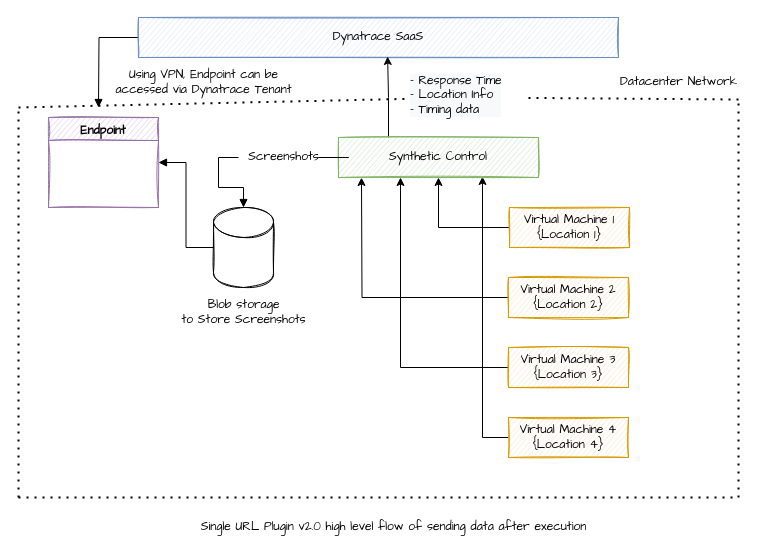
theharithsa/theharithsa keeps this draw.io diagram as page "SUP Flow" (1 of 2) of Untitled Diagram.drawio. Above is the earlier version. Source tidied: cells renumbered, new cells numbered last; positions are measured from the earlier drawing's top-left corner, leaving out a move shared by most shapes. Both pictures are drawn from the tidied source at 100%, with x=0, y=0 at pixel (18, 17).
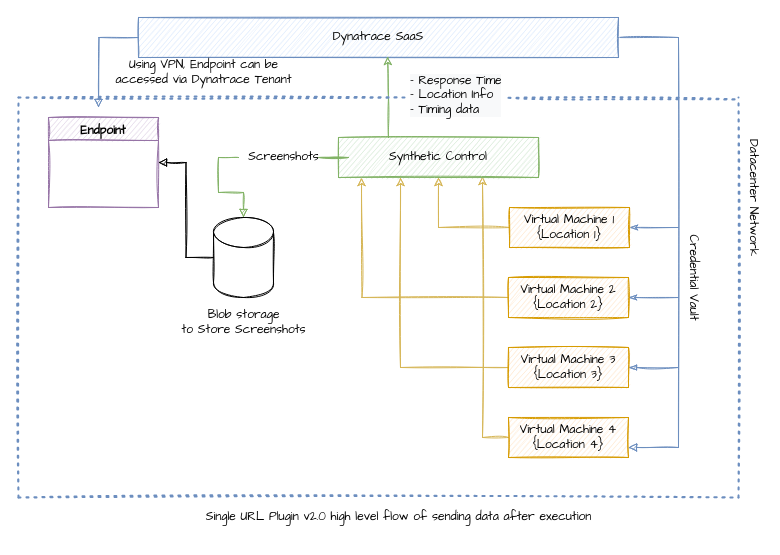
Above is the later version.

Commit message:
Added VM Execution Chart

Diff of the diagram source:
```diff
@@
-    <mxCell id="2" style="edgeStyle=orthogonalEdgeStyle;rounded=0;jettySize=auto;html=1;exitX=0;exitY=0.5;exitDx=0;exitDy=0;entryX=0.72;entryY=0.975;entryDx=0;entryDy=0;entryPerimeter=0;" parent="1" edge="1" source="3" target="14">
+    <mxCell id="2" style="edgeStyle=orthogonalEdgeStyle;rounded=0;jettySize=auto;html=1;exitX=0;exitY=0.5;exitDx=0;exitDy=0;entryX=0.72;entryY=0.975;entryDx=0;entryDy=0;entryPerimeter=0;sketch=1;fillColor=#fff2cc;strokeColor=#d6b656;" parent="1" edge="1" source="3" target="14">
       <mxGeometry relative="1" as="geometry" />
     </mxCell>
-    <mxCell id="3" value="Virtual Machine 4 {Location 4}" style="rounded=0;whiteSpace=wrap;html=1;fillColor=#ffe6cc;strokeColor=#d79b00;sketch=1;fontFamily=Comic Sans MS;" parent="1" vertex="1">
+    <mxCell id="3" value="Virtual Machine 4 {Location 4}" style="rounded=0;whiteSpace=wrap;html=1;fillColor=#ffe6cc;strokeColor=#d79b00;fontFamily=Comic Sans MS;sketch=1;" parent="1" vertex="1">
       <mxGeometry x="490" y="400" width="120" height="40" as="geometry" />
     </mxCell>
-    <mxCell id="4" style="edgeStyle=orthogonalEdgeStyle;rounded=0;jettySize=auto;html=1;fontFamily=Comic Sans MS;startArrow=none;startFill=0;endArrow=block;endFill=1;" parent="1" edge="1" source="5">
+    <mxCell id="4" style="edgeStyle=orthogonalEdgeStyle;rounded=0;jettySize=auto;html=1;fontFamily=Comic Sans MS;startArrow=none;startFill=0;endArrow=block;endFill=1;sketch=1;fillColor=#dae8fc;strokeColor=#6c8ebf;" parent="1" edge="1" source="5">
       <mxGeometry relative="1" as="geometry">
         <mxPoint x="80" y="90" as="targetPoint" />
       </mxGeometry>
     </mxCell>
+    <mxCell id="30" style="edgeStyle=orthogonalEdgeStyle;rounded=0;jettySize=auto;html=1;exitX=1;exitY=0.5;exitDx=0;exitDy=0;fontFamily=Comic Sans MS;fontSize=12;startArrow=none;startFill=0;endArrow=block;endFill=1;sketch=1;fillColor=#dae8fc;strokeColor=#6c8ebf;entryX=1;entryY=0.75;entryDx=0;entryDy=0;" parent="1" edge="1" source="5" target="3">
+      <mxGeometry relative="1" as="geometry">
+        <Array as="points">
+          <mxPoint x="660" y="20" />
+          <mxPoint x="660" y="430" />
+        </Array>
+      </mxGeometry>
+    </mxCell>
-    <mxCell id="5" value="Dynatrace SaaS" style="rounded=0;whiteSpace=wrap;html=1;fillColor=#dae8fc;strokeColor=#6c8ebf;sketch=1;labelBackgroundColor=none;fontFamily=Comic Sans MS;" parent="1" vertex="1">
+    <mxCell id="5" value="Dynatrace SaaS" style="rounded=0;whiteSpace=wrap;html=1;fillColor=#dae8fc;strokeColor=#6c8ebf;labelBackgroundColor=none;fontFamily=Comic Sans MS;sketch=1;" parent="1" vertex="1">
       <mxGeometry x="120" width="480" height="40" as="geometry" />
     </mxCell>
-    <mxCell id="6" style="edgeStyle=orthogonalEdgeStyle;rounded=0;jettySize=auto;html=1;exitX=0;exitY=0.5;exitDx=0;exitDy=0;entryX=0.31;entryY=1;entryDx=0;entryDy=0;entryPerimeter=0;startArrow=none;startFill=0;endArrow=classic;endFill=1;" parent="1" edge="1" source="7" target="14">
+    <mxCell id="6" style="edgeStyle=orthogonalEdgeStyle;rounded=0;jettySize=auto;html=1;exitX=0;exitY=0.5;exitDx=0;exitDy=0;entryX=0.31;entryY=1;entryDx=0;entryDy=0;entryPerimeter=0;startArrow=none;startFill=0;endArrow=classic;endFill=1;sketch=1;fillColor=#fff2cc;strokeColor=#d6b656;" parent="1" edge="1" source="7" target="14">
       <mxGeometry relative="1" as="geometry" />
     </mxCell>
+    <mxCell id="31" style="edgeStyle=none;rounded=0;sketch=1;jettySize=auto;html=1;exitX=1;exitY=0.5;exitDx=0;exitDy=0;fontFamily=Comic Sans MS;fontSize=12;startArrow=blockThin;startFill=1;endArrow=none;endFill=0;fillColor=#dae8fc;strokeColor=#6c8ebf;" parent="1" edge="1" source="7">
+      <mxGeometry relative="1" as="geometry">
+        <mxPoint x="660" y="350" as="targetPoint" />
+      </mxGeometry>
+    </mxCell>
-    <mxCell id="7" value="&lt;span&gt;Virtual Machine 3 {Location 3}&lt;/span&gt;" style="rounded=0;whiteSpace=wrap;html=1;fillColor=#ffe6cc;strokeColor=#d79b00;sketch=1;fontFamily=Comic Sans MS;" parent="1" vertex="1">
+    <mxCell id="7" value="&lt;span&gt;Virtual Machine 3 {Location 3}&lt;/span&gt;" style="rounded=0;whiteSpace=wrap;html=1;fillColor=#ffe6cc;strokeColor=#d79b00;fontFamily=Comic Sans MS;sketch=1;" parent="1" vertex="1">
       <mxGeometry x="490" y="330" width="120" height="40" as="geometry" />
     </mxCell>
-    <mxCell id="8" style="edgeStyle=orthogonalEdgeStyle;rounded=0;jettySize=auto;html=1;exitX=0;exitY=0.5;exitDx=0;exitDy=0;" parent="1" edge="1" source="9">
+    <mxCell id="8" style="edgeStyle=orthogonalEdgeStyle;rounded=0;jettySize=auto;html=1;exitX=0;exitY=0.5;exitDx=0;exitDy=0;sketch=1;fillColor=#fff2cc;strokeColor=#d6b656;" parent="1" edge="1" source="9">
       <mxGeometry relative="1" as="geometry">
         <mxPoint x="343" y="160" as="targetPoint" />
       </mxGeometry>
     </mxCell>
+    <mxCell id="32" style="edgeStyle=none;rounded=0;sketch=1;jettySize=auto;html=1;exitX=1;exitY=0.5;exitDx=0;exitDy=0;fontFamily=Comic Sans MS;fontSize=12;startArrow=classicThin;startFill=1;endArrow=none;endFill=0;fillColor=#dae8fc;strokeColor=#6c8ebf;" parent="1" edge="1" source="9">
+      <mxGeometry relative="1" as="geometry">
+        <mxPoint x="660" y="280" as="targetPoint" />
+      </mxGeometry>
+    </mxCell>
-    <mxCell id="9" value="&lt;span style=&quot;color: rgb(0, 0, 0); font-size: 12px; font-style: normal; font-weight: 400; letter-spacing: normal; text-align: center; text-indent: 0px; text-transform: none; word-spacing: 0px; display: inline; float: none;&quot;&gt;Virtual Machine 2 {Location 2}&lt;/span&gt;" style="rounded=0;whiteSpace=wrap;html=1;fillColor=#ffe6cc;strokeColor=#d79b00;labelBackgroundColor=none;sketch=1;fontFamily=Comic Sans MS;" parent="1" vertex="1">
+    <mxCell id="9" value="&lt;span style=&quot;color: rgb(0, 0, 0); font-size: 12px; font-style: normal; font-weight: 400; letter-spacing: normal; text-align: center; text-indent: 0px; text-transform: none; word-spacing: 0px; display: inline; float: none;&quot;&gt;Virtual Machine 2 {Location 2}&lt;/span&gt;" style="rounded=0;whiteSpace=wrap;html=1;fillColor=#ffe6cc;strokeColor=#d79b00;labelBackgroundColor=none;fontFamily=Comic Sans MS;sketch=1;" parent="1" vertex="1">
       <mxGeometry x="490" y="260" width="120" height="40" as="geometry" />
     </mxCell>
-    <mxCell id="10" style="edgeStyle=orthogonalEdgeStyle;rounded=0;jettySize=auto;html=1;exitX=0;exitY=0.5;exitDx=0;exitDy=0;entryX=0.5;entryY=1;entryDx=0;entryDy=0;" parent="1" edge="1" source="11" target="14">
+    <mxCell id="10" style="edgeStyle=orthogonalEdgeStyle;rounded=0;jettySize=auto;html=1;exitX=0;exitY=0.5;exitDx=0;exitDy=0;entryX=0.5;entryY=1;entryDx=0;entryDy=0;sketch=1;fillColor=#fff2cc;strokeColor=#d6b656;" parent="1" edge="1" source="11" target="14">
       <mxGeometry relative="1" as="geometry" />
     </mxCell>
+    <mxCell id="33" style="edgeStyle=none;rounded=0;sketch=1;jettySize=auto;html=1;exitX=1;exitY=0.5;exitDx=0;exitDy=0;fontFamily=Comic Sans MS;fontSize=12;startArrow=classicThin;startFill=1;endArrow=none;endFill=0;fillColor=#dae8fc;strokeColor=#6c8ebf;" parent="1" edge="1" source="11">
+      <mxGeometry relative="1" as="geometry">
+        <mxPoint x="660" y="210" as="targetPoint" />
+      </mxGeometry>
+    </mxCell>
-    <mxCell id="11" value="&lt;span style=&quot;color: rgb(0, 0, 0); font-size: 12px; font-style: normal; font-weight: 400; letter-spacing: normal; text-align: center; text-indent: 0px; text-transform: none; word-spacing: 0px; display: inline; float: none;&quot;&gt;Virtual Machine 1 {Location 1}&lt;/span&gt;" style="rounded=0;whiteSpace=wrap;html=1;fillColor=#ffe6cc;strokeColor=#d79b00;labelBackgroundColor=none;sketch=1;fontFamily=Comic Sans MS;" parent="1" vertex="1">
+    <mxCell id="11" value="&lt;span style=&quot;color: rgb(0, 0, 0); font-size: 12px; font-style: normal; font-weight: 400; letter-spacing: normal; text-align: center; text-indent: 0px; text-transform: none; word-spacing: 0px; display: inline; float: none;&quot;&gt;Virtual Machine 1 {Location 1}&lt;/span&gt;" style="rounded=0;whiteSpace=wrap;html=1;fillColor=#ffe6cc;strokeColor=#d79b00;labelBackgroundColor=none;fontFamily=Comic Sans MS;sketch=1;" parent="1" vertex="1">
       <mxGeometry x="491" y="190" width="120" height="40" as="geometry" />
     </mxCell>
-    <mxCell id="12" style="edgeStyle=orthogonalEdgeStyle;rounded=0;jettySize=auto;html=1;exitX=0.25;exitY=0;exitDx=0;exitDy=0;entryX=0.519;entryY=0.975;entryDx=0;entryDy=0;entryPerimeter=0;startArrow=none;startFill=0;endArrow=classic;endFill=1;" parent="1" edge="1" source="14" target="5">
+    <mxCell id="12" style="edgeStyle=orthogonalEdgeStyle;rounded=0;jettySize=auto;html=1;exitX=0.25;exitY=0;exitDx=0;exitDy=0;entryX=0.519;entryY=0.975;entryDx=0;entryDy=0;entryPerimeter=0;startArrow=none;startFill=0;endArrow=classic;endFill=1;sketch=1;fillColor=#d5e8d4;strokeColor=#82b366;" parent="1" edge="1" source="14" target="5">
       <mxGeometry relative="1" as="geometry" />
     </mxCell>
-    <mxCell id="13" style="edgeStyle=orthogonalEdgeStyle;rounded=0;jettySize=auto;html=1;exitX=0;exitY=0.5;exitDx=0;exitDy=0;fontFamily=Comic Sans MS;startArrow=none;startFill=0;endArrow=block;endFill=1;" parent="1" edge="1" source="24" target="22">
+    <mxCell id="13" style="edgeStyle=orthogonalEdgeStyle;rounded=0;jettySize=auto;html=1;exitX=0;exitY=0.5;exitDx=0;exitDy=0;fontFamily=Comic Sans MS;startArrow=none;startFill=0;endArrow=block;endFill=1;sketch=1;fillColor=#d5e8d4;strokeColor=#82b366;" parent="1" edge="1" source="24" target="22">
       <mxGeometry relative="1" as="geometry" />
     </mxCell>
-    <mxCell id="14" value="Synthetic Control" style="rounded=0;whiteSpace=wrap;html=1;fillColor=#d5e8d4;strokeColor=#82b366;sketch=1;fontFamily=Comic Sans MS;" parent="1" vertex="1">
+    <mxCell id="14" value="Synthetic Control" style="rounded=0;whiteSpace=wrap;html=1;fillColor=#d5e8d4;strokeColor=#82b366;fontFamily=Comic Sans MS;sketch=1;" parent="1" vertex="1">
       <mxGeometry x="320" y="120" width="200" height="40" as="geometry" />
     </mxCell>
-    <mxCell id="15" style="endArrow=none;dashed=1;html=1;dashPattern=1 3;strokeWidth=2;startArrow=none;" parent="1" edge="1" source="26">
+    <mxCell id="15" style="endArrow=none;dashed=1;html=1;dashPattern=1 3;strokeWidth=2;startArrow=none;sketch=1;fillColor=#dae8fc;strokeColor=#6c8ebf;" parent="1" edge="1" source="26">
       <mxGeometry relative="1" as="geometry">
         <mxPoint x="720" y="82" as="targetPoint" />
       </mxGeometry>
     </mxCell>
-    <mxCell id="16" style="endArrow=none;dashed=1;html=1;dashPattern=1 3;strokeWidth=2;" parent="1" edge="1">
+    <mxCell id="16" style="endArrow=none;dashed=1;html=1;dashPattern=1 3;strokeWidth=2;sketch=1;fillColor=#dae8fc;strokeColor=#6c8ebf;" parent="1" edge="1">
       <mxGeometry relative="1" as="geometry">
         <mxPoint y="480" as="sourcePoint" />
-        <mxPoint y="90" as="targetPoint" />
+        <mxPoint y="80" as="targetPoint" />
       </mxGeometry>
     </mxCell>
-    <mxCell id="17" style="endArrow=none;dashed=1;html=1;dashPattern=1 3;strokeWidth=2;" parent="1" edge="1">
+    <mxCell id="17" style="endArrow=none;dashed=1;html=1;dashPattern=1 3;strokeWidth=2;sketch=1;fillColor=#dae8fc;strokeColor=#6c8ebf;" parent="1" edge="1">
       <mxGeometry relative="1" as="geometry">
         <mxPoint x="720" y="480" as="sourcePoint" />
         <mxPoint x="720" y="80" as="targetPoint" />
       </mxGeometry>
     </mxCell>
-    <mxCell id="18" style="endArrow=none;dashed=1;html=1;dashPattern=1 3;strokeWidth=2;" parent="1" edge="1">
+    <mxCell id="18" style="endArrow=none;dashed=1;html=1;dashPattern=1 3;strokeWidth=2;sketch=1;fillColor=#dae8fc;strokeColor=#6c8ebf;" parent="1" edge="1">
       <mxGeometry relative="1" as="geometry">
         <mxPoint y="480" as="sourcePoint" />
         <mxPoint x="720" y="480" as="targetPoint" />
       </mxGeometry>
     </mxCell>
-    <mxCell id="19" value="Datacenter Network" style="text;html=1;align=center;verticalAlign=middle;strokeColor=none;fontFamily=Comic Sans MS;" parent="1" vertex="1">
-      <mxGeometry x="595" y="55" width="130" height="20" as="geometry" />
+    <mxCell id="19" value="Datacenter Network" style="text;html=1;align=center;verticalAlign=middle;strokeColor=none;fontFamily=Comic Sans MS;rotation=90;sketch=1;" parent="1" vertex="1">
+      <mxGeometry x="670" y="170" width="130" height="20" as="geometry" />
     </mxCell>
-    <mxCell id="20" value="Endpoint" style="swimlane;labelBackgroundColor=none;fillColor=#e1d5e7;strokeColor=#9673a6;swimlaneFillColor=none;sketch=1;fontFamily=Comic Sans MS;" parent="1" vertex="1">
+    <mxCell id="20" value="Endpoint" style="swimlane;labelBackgroundColor=none;fillColor=#e1d5e7;strokeColor=#9673a6;swimlaneFillColor=none;fontFamily=Comic Sans MS;sketch=1;" parent="1" vertex="1">
       <mxGeometry x="30" y="100" width="110" height="90" as="geometry" />
     </mxCell>
-    <mxCell id="21" style="edgeStyle=orthogonalEdgeStyle;rounded=0;jettySize=auto;html=1;entryX=1;entryY=0.5;entryDx=0;entryDy=0;fontFamily=Comic Sans MS;startArrow=none;startFill=0;endArrow=block;endFill=1;" parent="1" edge="1" source="22" target="20">
+    <mxCell id="21" style="edgeStyle=orthogonalEdgeStyle;rounded=0;jettySize=auto;html=1;entryX=1;entryY=0.5;entryDx=0;entryDy=0;fontFamily=Comic Sans MS;startArrow=none;startFill=0;endArrow=block;endFill=1;sketch=1;" parent="1" edge="1" source="22" target="20">
       <mxGeometry relative="1" as="geometry" />
     </mxCell>
-    <mxCell id="22" style="shape=cylinder3;whiteSpace=wrap;html=1;boundedLbl=1;backgroundOutline=1;size=15;labelBackgroundColor=none;sketch=1;fontFamily=Comic Sans MS;gradientColor=none;" parent="1" vertex="1">
-      <mxGeometry x="195" y="190" width="60" height="80" as="geometry" />
+    <mxCell id="22" style="shape=cylinder3;whiteSpace=wrap;html=1;boundedLbl=1;backgroundOutline=1;size=15;labelBackgroundColor=none;fontFamily=Comic Sans MS;gradientColor=none;sketch=1;" parent="1" vertex="1">
+      <mxGeometry x="195" y="200" width="60" height="80" as="geometry" />
     </mxCell>
-    <mxCell id="23" value="Blob storage &lt;br&gt;to Store Screenshots" style="text;html=1;align=center;verticalAlign=middle;strokeColor=none;fontFamily=Comic Sans MS;" parent="1" vertex="1">
-      <mxGeometry x="155" y="280" width="140" height="30" as="geometry" />
+    <mxCell id="23" value="Blob storage &lt;br&gt;to Store Screenshots" style="text;html=1;align=center;verticalAlign=middle;strokeColor=none;fontFamily=Comic Sans MS;sketch=1;" parent="1" vertex="1">
+      <mxGeometry x="155" y="290" width="140" height="30" as="geometry" />
     </mxCell>
-    <mxCell id="24" value="Screenshots" style="text;html=1;align=center;verticalAlign=middle;points=[];strokeColor=none;fontFamily=Comic Sans MS;" parent="1" vertex="1">
+    <mxCell id="24" value="Screenshots" style="text;html=1;align=center;verticalAlign=middle;points=[];strokeColor=none;fontFamily=Comic Sans MS;sketch=1;" parent="1" vertex="1">
       <mxGeometry x="220" y="130" width="90" height="20" as="geometry" />
     </mxCell>
-    <mxCell id="25" style="edgeStyle=orthogonalEdgeStyle;rounded=0;jettySize=auto;html=1;exitX=0;exitY=0.5;exitDx=0;exitDy=0;fontFamily=Comic Sans MS;startArrow=none;startFill=0;endArrow=none;endFill=1;" parent="1" edge="1" source="14" target="24">
+    <mxCell id="25" style="edgeStyle=orthogonalEdgeStyle;rounded=0;jettySize=auto;html=1;exitX=0;exitY=0.5;exitDx=0;exitDy=0;fontFamily=Comic Sans MS;startArrow=none;startFill=0;endArrow=none;endFill=1;sketch=1;fillColor=#d5e8d4;strokeColor=#82b366;" parent="1" edge="1" source="14" target="24">
       <mxGeometry relative="1" as="geometry" />
     </mxCell>
-    <mxCell id="26" value="&lt;div style=&quot;color: rgb(0 , 0 , 0) ; font-size: 12px ; font-style: normal ; font-weight: 400 ; letter-spacing: normal ; text-indent: 0px ; text-transform: none ; word-spacing: 0px ; background-color: rgb(248 , 249 , 250) ; text-align: left&quot;&gt;&lt;span&gt;- Response Time&lt;/span&gt;&lt;/div&gt;&lt;div style=&quot;color: rgb(0 , 0 , 0) ; font-size: 12px ; font-style: normal ; font-weight: 400 ; letter-spacing: normal ; text-indent: 0px ; text-transform: none ; word-spacing: 0px ; background-color: rgb(248 , 249 , 250) ; text-align: left&quot;&gt;&lt;span&gt;- Location Info&lt;/span&gt;&lt;/div&gt;&lt;div style=&quot;color: rgb(0 , 0 , 0) ; font-size: 12px ; font-style: normal ; font-weight: 400 ; letter-spacing: normal ; text-indent: 0px ; text-transform: none ; word-spacing: 0px ; background-color: rgb(248 , 249 , 250) ; text-align: left&quot;&gt;&lt;span&gt;- Timing data&lt;/span&gt;&lt;/div&gt;" style="text;whiteSpace=wrap;html=1;fontFamily=Comic Sans MS;" parent="1" vertex="1">
-      <mxGeometry x="390" y="50" width="120" height="60" as="geometry" />
+    <mxCell id="26" value="&lt;div style=&quot;color: rgb(0 , 0 , 0) ; font-size: 12px ; font-style: normal ; font-weight: 400 ; letter-spacing: normal ; text-indent: 0px ; text-transform: none ; word-spacing: 0px ; background-color: rgb(248 , 249 , 250) ; text-align: left&quot;&gt;&lt;span&gt;- Response Time&lt;/span&gt;&lt;/div&gt;&lt;div style=&quot;color: rgb(0 , 0 , 0) ; font-size: 12px ; font-style: normal ; font-weight: 400 ; letter-spacing: normal ; text-indent: 0px ; text-transform: none ; word-spacing: 0px ; background-color: rgb(248 , 249 , 250) ; text-align: left&quot;&gt;&lt;span&gt;- Location Info&lt;/span&gt;&lt;/div&gt;&lt;div style=&quot;color: rgb(0 , 0 , 0) ; font-size: 12px ; font-style: normal ; font-weight: 400 ; letter-spacing: normal ; text-indent: 0px ; text-transform: none ; word-spacing: 0px ; background-color: rgb(248 , 249 , 250) ; text-align: left&quot;&gt;&lt;span&gt;- Timing data&lt;/span&gt;&lt;/div&gt;" style="text;whiteSpace=wrap;html=1;fontFamily=Comic Sans MS;sketch=1;" parent="1" vertex="1">
+      <mxGeometry x="390" y="50" width="100" height="60" as="geometry" />
     </mxCell>
-    <mxCell id="27" style="endArrow=none;dashed=1;html=1;dashPattern=1 3;strokeWidth=2;" parent="1" edge="1" target="26">
+    <mxCell id="27" style="endArrow=none;dashed=1;html=1;dashPattern=1 3;strokeWidth=2;sketch=1;fillColor=#dae8fc;strokeColor=#6c8ebf;" parent="1" edge="1" target="26">
       <mxGeometry relative="1" as="geometry">
-        <mxPoint y="90" as="sourcePoint" />
+        <mxPoint y="80" as="sourcePoint" />
       </mxGeometry>
     </mxCell>
-    <mxCell id="28" value="Using VPN, Endpoint can be &lt;br&gt;accessed via Dynatrace Tenant" style="text;html=1;align=center;verticalAlign=middle;strokeColor=none;fontFamily=Comic Sans MS;" parent="1" vertex="1">
-      <mxGeometry x="90" y="50" width="190" height="30" as="geometry" />
+    <mxCell id="28" value="Using VPN, Endpoint can be &lt;br&gt;accessed via Dynatrace Tenant" style="text;html=1;align=center;verticalAlign=middle;strokeColor=none;fontFamily=Comic Sans MS;sketch=1;" parent="1" vertex="1">
+      <mxGeometry x="90" y="40" width="190" height="30" as="geometry" />
     </mxCell>
-    <mxCell id="29" value="Single URL Plugin v2.0 high level flow of sending data after execution" style="text;html=1;align=center;verticalAlign=middle;strokeColor=none;fontFamily=Comic Sans MS;fontSize=12;" parent="1" vertex="1">
-      <mxGeometry x="175" y="500" width="400" height="20" as="geometry" />
+    <mxCell id="29" value="Single URL Plugin v2.0 high level flow of sending data after execution" style="text;html=1;align=center;verticalAlign=middle;strokeColor=none;fontFamily=Comic Sans MS;fontSize=12;sketch=1;" parent="1" vertex="1">
+      <mxGeometry x="180" y="490" width="400" height="20" as="geometry" />
     </mxCell>
+    <mxCell id="34" value="Credential Vault" style="text;html=1;align=center;verticalAlign=middle;strokeColor=none;fontSize=12;fontFamily=Comic Sans MS;rotation=90;" parent="1" vertex="1">
+      <mxGeometry x="620" y="250" width="110" height="20" as="geometry" />
+    </mxCell>
```
